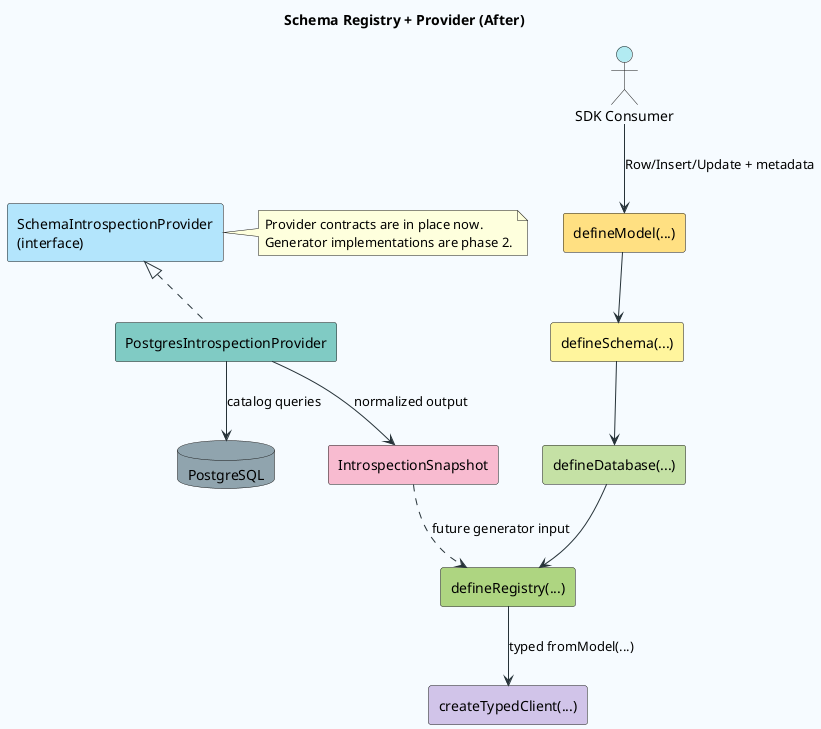
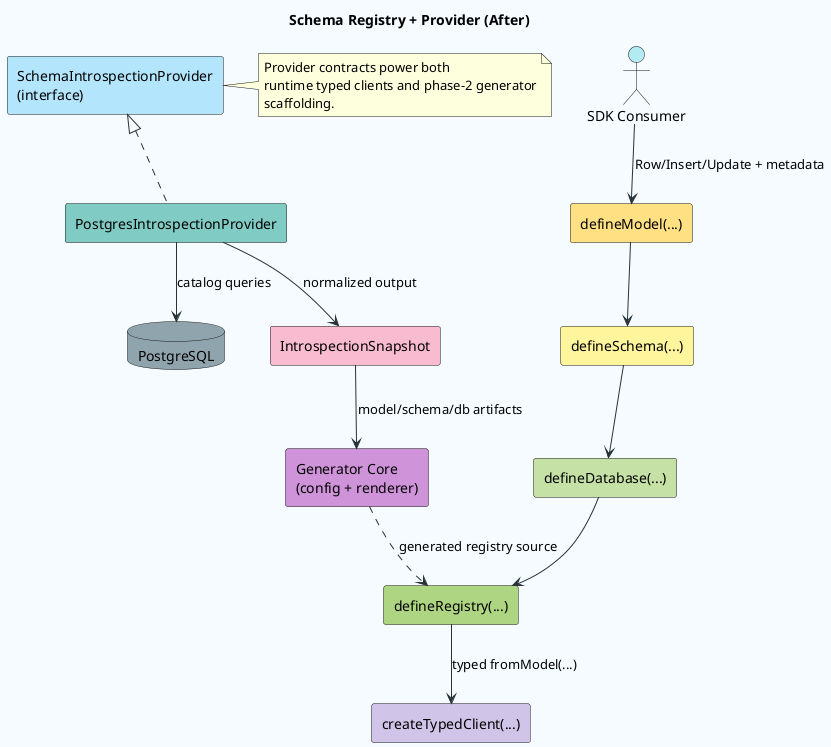
@startuml
title Schema Registry + Provider (After)
skinparam backgroundColor #F6FBFF
skinparam componentStyle rectangle
skinparam ArrowColor #263238
skinparam defaultFontName Consolas

actor "SDK Consumer" as Consumer #B2EBF2
component "defineModel(...)" as DefineModel #FFE082
component "defineSchema(...)" as DefineSchema #FFF59D
component "defineDatabase(...)" as DefineDatabase #C5E1A5
component "defineRegistry(...)" as DefineRegistry #AED581
component "createTypedClient(...)" as TypedClient #D1C4E9
component "SchemaIntrospectionProvider\n(interface)" as ProviderInterface #B3E5FC
component "PostgresIntrospectionProvider" as PostgresProvider #80CBC4
database "PostgreSQL" as Postgres #90A4AE
component "IntrospectionSnapshot" as Snapshot #F8BBD0
+ component "Generator Core\n(config + renderer)" as GeneratorCore #CE93D8

Consumer --> DefineModel : Row/Insert/Update + metadata
DefineModel --> DefineSchema
DefineSchema --> DefineDatabase
DefineDatabase --> DefineRegistry
DefineRegistry --> TypedClient : typed fromModel(...)

ProviderInterface <|.. PostgresProvider
PostgresProvider --> Postgres : catalog queries
PostgresProvider --> Snapshot : normalized output
- Snapshot ..> DefineRegistry : future generator input
+ Snapshot --> GeneratorCore : model/schema/db artifacts
+ GeneratorCore ..> DefineRegistry : generated registry source

note right of ProviderInterface
- Provider contracts are in place now.
- Generator implementations are phase 2.
+ Provider contracts power both
+ runtime typed clients and phase-2 generator
+ scaffolding.
end note
@enduml
